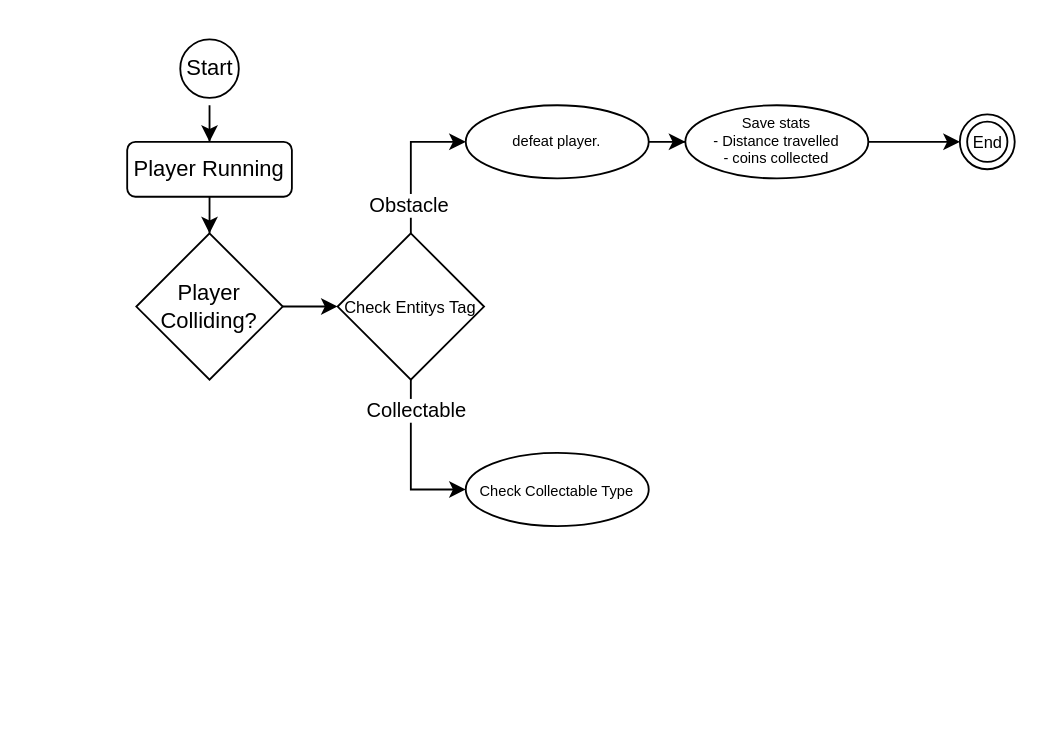
Above: Untitled Diagram.drawio in PsychicHavocTV/CPPSideScroller (draw.io), before the change. Source tidied: cells renumbered, new cells numbered last; positions are measured from the earlier drawing's top-left corner, leaving out a move shared by most shapes. Both pictures are drawn from the tidied source at 183%, with x=0, y=0 at pixel (126, 31).
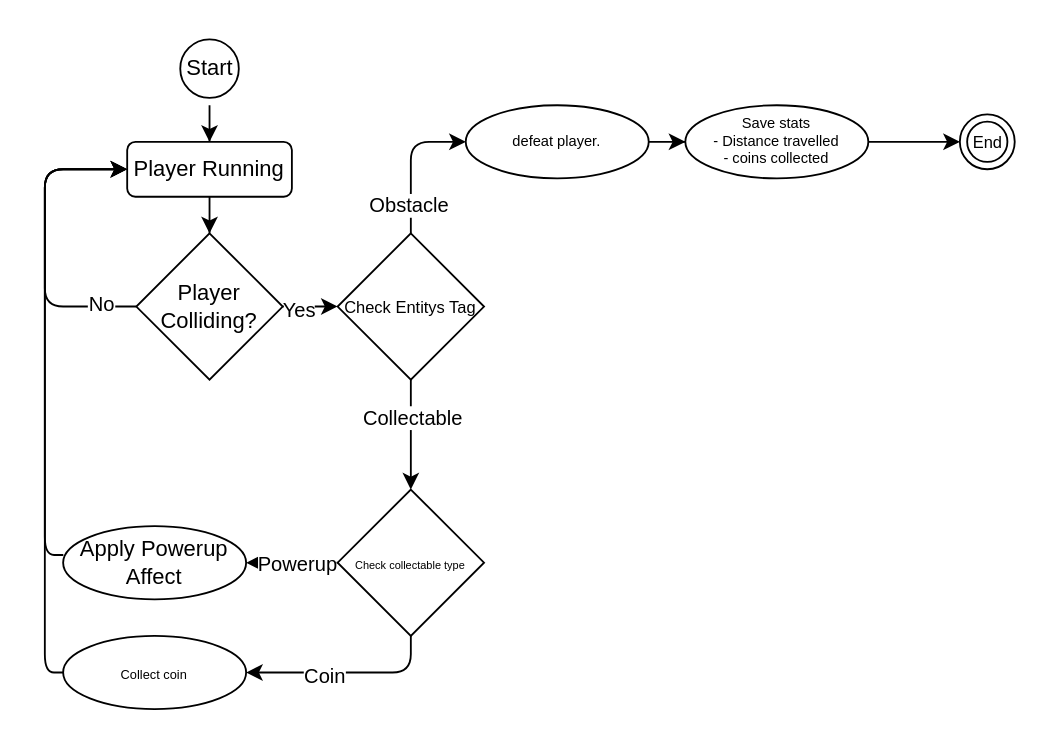
The same page after the edit.

Commit message:
Collision Check Flowchart.drawio

Unchanged cells that the change refers to:
```xml
<mxCell id="5" value="Player Running" style="whiteSpace=wrap;html=1;rounded=1;" parent="1" vertex="1">
  <mxGeometry y="60" width="90" height="30" as="geometry" />
</mxCell>
<mxCell id="6" style="edgeStyle=orthogonalEdgeStyle;rounded=0;jettySize=auto;html=1;" parent="1" edge="1" source="7">
  <mxGeometry relative="1" as="geometry">
    <mxPoint x="115" y="150" as="targetPoint" />
  </mxGeometry>
</mxCell>
<mxCell id="7" value="Player Colliding?" style="rhombus;whiteSpace=wrap;html=1;" parent="1" vertex="1">
  <mxGeometry x="5" y="110" width="80" height="80" as="geometry" />
</mxCell>
<mxCell id="12" value="&lt;span style=&quot;font-size: 9px;&quot;&gt;Check Entitys Tag&lt;/span&gt;" style="rhombus;whiteSpace=wrap;html=1;" parent="1" vertex="1">
  <mxGeometry x="115" y="110" width="80" height="80" as="geometry" />
</mxCell>
<mxCell id="14" value="defeat player." style="ellipse;whiteSpace=wrap;html=1;align=center;fontSize=8;" parent="1" vertex="1">
  <mxGeometry x="185" y="40" width="100" height="40" as="geometry" />
</mxCell>
```

The edit, as a diff of the source:
```diff
@@
+    <mxCell id="19" value="Yes" style="edgeLabel;html=1;align=center;verticalAlign=middle;" parent="6" vertex="1">
+      <mxGeometry x="-0.46" y="-1" relative="1" as="geometry" />
+    </mxCell>
+    <mxCell id="20" style="edgeStyle=orthogonalEdgeStyle;jettySize=auto;html=1;shadow=0;rounded=1;" parent="1" edge="1" source="7" target="5">
+      <mxGeometry relative="1" as="geometry">
+        <Array as="points">
+          <mxPoint x="-45" y="150" />
+          <mxPoint x="-45" y="75" />
+        </Array>
+      </mxGeometry>
+    </mxCell>
+    <mxCell id="21" value="No" style="edgeLabel;html=1;align=center;verticalAlign=middle;" parent="20" vertex="1">
+      <mxGeometry x="-0.77" y="-2" relative="1" as="geometry" />
+    </mxCell>
@@
-    <mxCell id="8" style="edgeStyle=orthogonalEdgeStyle;rounded=0;jettySize=auto;html=1;entryX=0;entryY=0.5;entryDx=0;entryDy=0;" parent="1" edge="1" source="12" target="14">
+    <mxCell id="8" style="edgeStyle=orthogonalEdgeStyle;rounded=1;jettySize=auto;html=1;entryX=0;entryY=0.5;entryDx=0;entryDy=0;" parent="1" edge="1" source="12" target="14">
       <mxGeometry relative="1" as="geometry">
         <Array as="points">
           <mxPoint x="155" y="60" />
         </Array>
       </mxGeometry>
     </mxCell>
@@
-    <mxCell id="10" style="edgeStyle=orthogonalEdgeStyle;rounded=0;jettySize=auto;html=1;entryX=0;entryY=0.5;entryDx=0;entryDy=0;" parent="1" edge="1" source="12" target="15">
-      <mxGeometry relative="1" as="geometry" />
-    </mxCell>
+    <mxCell id="22" style="edgeStyle=orthogonalEdgeStyle;rounded=0;jettySize=auto;html=1;" parent="1" edge="1" source="12" target="27">
+      <mxGeometry relative="1" as="geometry" />
+    </mxCell>
-    <mxCell id="11" value="Collectable" style="edgeLabel;html=1;align=center;verticalAlign=middle;" parent="10" vertex="1">
-      <mxGeometry x="-0.65" y="2" relative="1" as="geometry" />
+    <mxCell id="11" value="Collectable" style="edgeLabel;html=1;align=center;verticalAlign=middle;" parent="22" vertex="1">
+      <mxGeometry x="-0.35" relative="1" as="geometry" />
     </mxCell>
@@
-    <mxCell id="15" value="&lt;font style=&quot;font-size: 8px;&quot;&gt;Check Collectable Type&lt;br&gt;&lt;/font&gt;" style="ellipse;whiteSpace=wrap;html=1;align=center;" parent="1" vertex="1">
-      <mxGeometry x="185" y="230" width="100" height="40" as="geometry" />
-    </mxCell>
@@
+    <mxCell id="23" style="edgeStyle=orthogonalEdgeStyle;rounded=0;jettySize=auto;html=1;exitX=0;exitY=0.5;exitDx=0;exitDy=0;entryX=1;entryY=0.5;entryDx=0;entryDy=0;" parent="1" edge="1" source="27" target="29">
+      <mxGeometry relative="1" as="geometry" />
+    </mxCell>
+    <mxCell id="24" value="Powerup" style="edgeLabel;html=1;align=center;verticalAlign=middle;" parent="23" vertex="1">
+      <mxGeometry x="-0.31" relative="1" as="geometry">
+        <mxPoint x="-6" as="offset" />
+      </mxGeometry>
+    </mxCell>
+    <mxCell id="25" style="edgeStyle=orthogonalEdgeStyle;rounded=1;jettySize=auto;html=1;entryX=1;entryY=0.5;entryDx=0;entryDy=0;" parent="1" edge="1" source="27" target="31">
+      <mxGeometry relative="1" as="geometry">
+        <Array as="points">
+          <mxPoint x="155" y="350" />
+        </Array>
+      </mxGeometry>
+    </mxCell>
+    <mxCell id="26" value="Coin" style="edgeLabel;html=1;align=center;verticalAlign=middle;" parent="25" vertex="1">
+      <mxGeometry x="0.23" y="1" relative="1" as="geometry" />
+    </mxCell>
+    <mxCell id="27" value="&lt;font style=&quot;font-size: 6px;&quot;&gt;Check collectable type&lt;/font&gt;" style="rhombus;whiteSpace=wrap;html=1;" parent="1" vertex="1">
+      <mxGeometry x="115" y="250" width="80" height="80" as="geometry" />
+    </mxCell>
+    <mxCell id="28" style="edgeStyle=orthogonalEdgeStyle;rounded=1;jettySize=auto;html=1;entryX=0;entryY=0.5;entryDx=0;entryDy=0;exitX=0.001;exitY=0.394;exitDx=0;exitDy=0;exitPerimeter=0;" parent="1" edge="1" source="29">
+      <mxGeometry relative="1" as="geometry">
+        <mxPoint y="75" as="targetPoint" />
+        <Array as="points">
+          <mxPoint x="-45" y="286" />
+          <mxPoint x="-45" y="75" />
+        </Array>
+      </mxGeometry>
+    </mxCell>
+    <mxCell id="29" value="Apply Powerup Affect" style="ellipse;whiteSpace=wrap;html=1;align=center;" parent="1" vertex="1">
+      <mxGeometry x="-35" y="270" width="100" height="40" as="geometry" />
+    </mxCell>
+    <mxCell id="30" style="edgeStyle=orthogonalEdgeStyle;rounded=1;jettySize=auto;html=1;entryX=0;entryY=0.5;entryDx=0;entryDy=0;" parent="1" edge="1" source="31" target="5">
+      <mxGeometry relative="1" as="geometry">
+        <Array as="points">
+          <mxPoint x="-45" y="350" />
+          <mxPoint x="-45" y="75" />
+        </Array>
+      </mxGeometry>
+    </mxCell>
+    <mxCell id="31" value="&lt;font style=&quot;font-size: 7px;&quot;&gt;Collect coin&lt;/font&gt;" style="ellipse;whiteSpace=wrap;html=1;align=center;" parent="1" vertex="1">
+      <mxGeometry x="-35" y="330" width="100" height="40" as="geometry" />
+    </mxCell>
```
